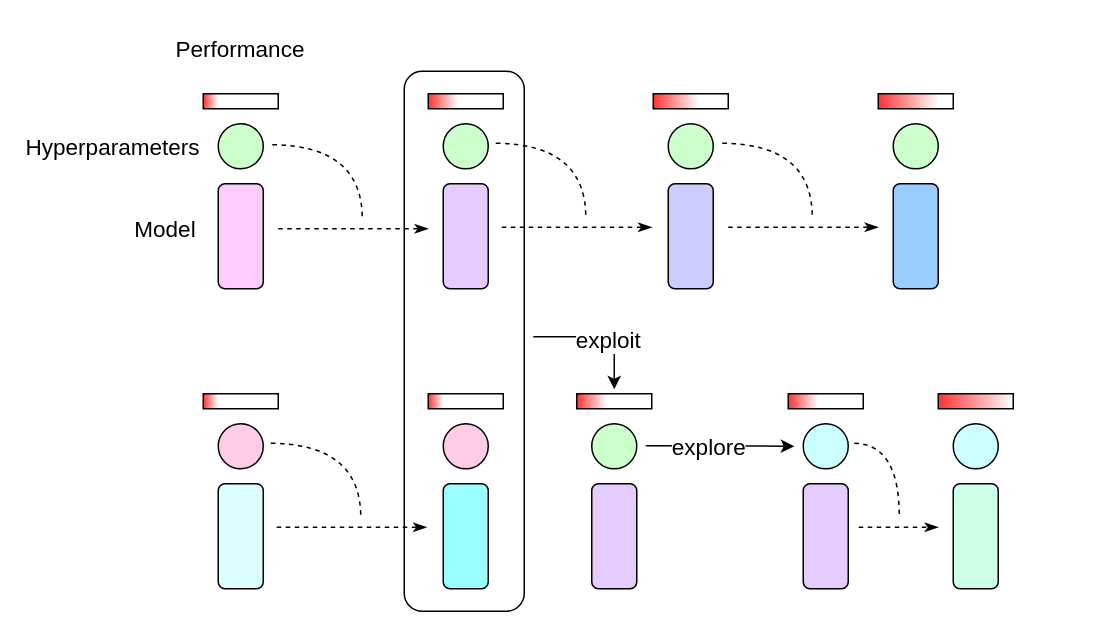
godaai/scale-py-zh keeps this draw.io diagram as drawio/ch-data-science/population-based-training.drawio. Above is the earlier version. Source tidied: cells renumbered, new cells numbered last; positions are measured from the earlier drawing's top-left corner, leaving out a move shared by most shapes. Both pictures are drawn from the tidied source at 150%, with x=0, y=0 at pixel (68, 26).
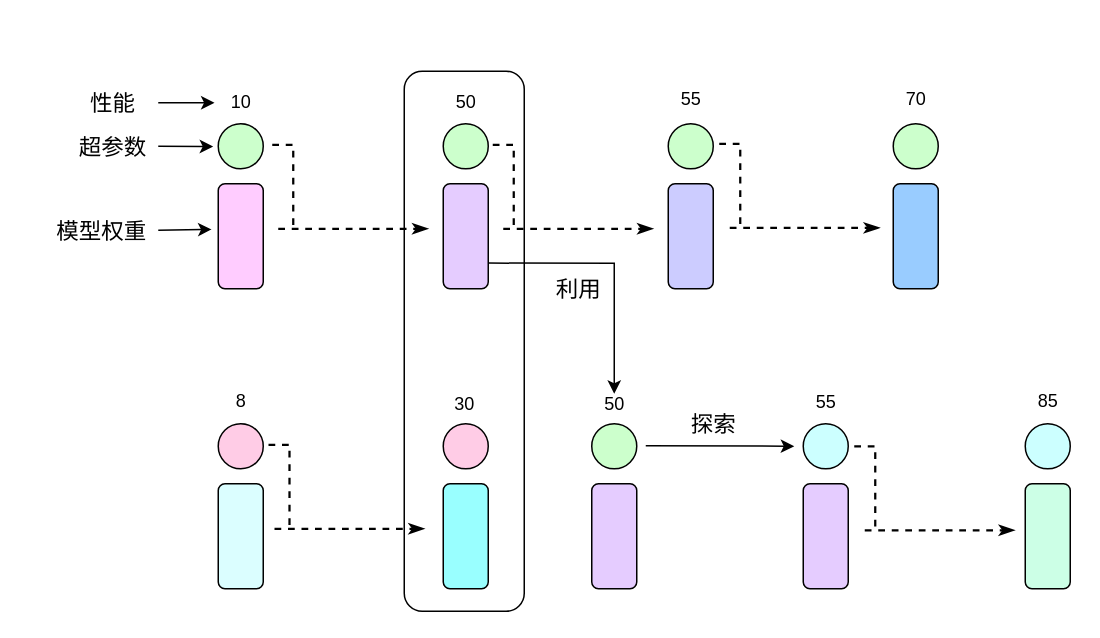
After the change.

The change refers to these unchanged cells:
```xml
<mxCell id="4" style="ellipse;whiteSpace=wrap;html=1;fillColor=#CCFFCC;strokeColor=#000000;" parent="1" vertex="1">
  <mxGeometry x="100" y="65" width="30" height="30" as="geometry" />
</mxCell>
<mxCell id="5" style="rounded=1;whiteSpace=wrap;html=1;fillColor=#FFCCFF;strokeColor=#000000;" parent="1" vertex="1">
  <mxGeometry x="100" y="105" width="30" height="70" as="geometry" />
</mxCell>
<mxCell id="49" style="endArrow=classic;html=1;rounded=0;entryX=1;entryY=0.5;entryDx=0;entryDy=0;exitX=1;exitY=0.5;exitDx=0;exitDy=0;" parent="1" edge="1">
  <mxGeometry relative="1" as="geometry">
    <mxPoint x="385" y="279.6" as="sourcePoint" />
    <mxPoint x="484" y="280" as="targetPoint" />
  </mxGeometry>
</mxCell>
```

Diff of the diagram source:
```diff
@@
-    <mxCell id="2" style="rounded=0;whiteSpace=wrap;html=1;gradientColor=#FF3333;gradientDirection=west;strokeColor=none;" parent="1" vertex="1">
-      <mxGeometry x="580" y="245" width="50" height="10" as="geometry" />
-    </mxCell>
-    <mxCell id="3" style="rounded=0;whiteSpace=wrap;html=1;fillColor=none;" parent="1" vertex="1">
-      <mxGeometry x="580" y="245" width="50" height="10" as="geometry" />
-    </mxCell>
+    <mxCell id="38" style="rounded=1;whiteSpace=wrap;html=1;fillColor=none;" parent="1" vertex="1">
+      <mxGeometry x="224" y="30" width="80" height="360" as="geometry" />
+    </mxCell>
@@
-    <mxCell id="6" style="rounded=0;whiteSpace=wrap;html=1;gradientColor=#FF3333;gradientDirection=west;strokeColor=none;" parent="1" vertex="1">
-      <mxGeometry x="90" y="45" width="10" height="10" as="geometry" />
-    </mxCell>
-    <mxCell id="7" style="rounded=0;whiteSpace=wrap;html=1;fillColor=none;" parent="1" vertex="1">
-      <mxGeometry x="90" y="45" width="50" height="10" as="geometry" />
-    </mxCell>
@@
-    <mxCell id="10" style="rounded=0;whiteSpace=wrap;html=1;gradientColor=#FF3333;gradientDirection=west;strokeColor=none;" parent="1" vertex="1">
-      <mxGeometry x="240" y="45" width="20" height="10" as="geometry" />
-    </mxCell>
-    <mxCell id="11" style="rounded=0;whiteSpace=wrap;html=1;fillColor=none;" parent="1" vertex="1">
-      <mxGeometry x="240" y="45" width="50" height="10" as="geometry" />
-    </mxCell>
@@
-    <mxCell id="14" style="rounded=0;whiteSpace=wrap;html=1;gradientColor=#FF3333;gradientDirection=west;strokeColor=none;" parent="1" vertex="1">
-      <mxGeometry x="390" y="45" width="30" height="10" as="geometry" />
-    </mxCell>
-    <mxCell id="15" style="rounded=0;whiteSpace=wrap;html=1;fillColor=none;" parent="1" vertex="1">
-      <mxGeometry x="390" y="45" width="50" height="10" as="geometry" />
-    </mxCell>
@@
-    <mxCell id="18" style="rounded=0;whiteSpace=wrap;html=1;gradientColor=#FF3333;gradientDirection=west;strokeColor=none;" parent="1" vertex="1">
-      <mxGeometry x="540" y="45" width="40" height="10" as="geometry" />
-    </mxCell>
-    <mxCell id="19" style="rounded=0;whiteSpace=wrap;html=1;fillColor=none;" parent="1" vertex="1">
-      <mxGeometry x="540" y="45" width="50" height="10" as="geometry" />
-    </mxCell>
@@
-    <mxCell id="22" style="rounded=0;whiteSpace=wrap;html=1;gradientColor=#FF3333;gradientDirection=west;strokeColor=none;" parent="1" vertex="1">
-      <mxGeometry x="90" y="245" width="10" height="10" as="geometry" />
-    </mxCell>
-    <mxCell id="23" style="rounded=0;whiteSpace=wrap;html=1;fillColor=none;" parent="1" vertex="1">
-      <mxGeometry x="90" y="245" width="50" height="10" as="geometry" />
-    </mxCell>
@@
-    <mxCell id="26" style="rounded=0;whiteSpace=wrap;html=1;gradientColor=#FF3333;gradientDirection=west;strokeColor=none;" parent="1" vertex="1">
-      <mxGeometry x="240" y="245" width="10" height="10" as="geometry" />
-    </mxCell>
-    <mxCell id="27" style="rounded=0;whiteSpace=wrap;html=1;fillColor=none;" parent="1" vertex="1">
-      <mxGeometry x="240" y="245" width="50" height="10" as="geometry" />
-    </mxCell>
@@
-    <mxCell id="30" style="rounded=0;whiteSpace=wrap;html=1;gradientColor=#FF3333;gradientDirection=west;strokeColor=none;" parent="1" vertex="1">
-      <mxGeometry x="339" y="245" width="20" height="10" as="geometry" />
-    </mxCell>
-    <mxCell id="31" style="rounded=0;whiteSpace=wrap;html=1;fillColor=none;" parent="1" vertex="1">
-      <mxGeometry x="339" y="245" width="50" height="10" as="geometry" />
-    </mxCell>
@@
-    <mxCell id="34" style="rounded=0;whiteSpace=wrap;html=1;gradientColor=#FF3333;gradientDirection=west;strokeColor=none;" parent="1" vertex="1">
-      <mxGeometry x="480" y="245" width="20" height="10" as="geometry" />
-    </mxCell>
-    <mxCell id="35" style="rounded=0;whiteSpace=wrap;html=1;fillColor=none;" parent="1" vertex="1">
-      <mxGeometry x="480" y="245" width="50" height="10" as="geometry" />
-    </mxCell>
     <mxCell id="36" style="ellipse;whiteSpace=wrap;html=1;fillColor=#CCFFFF;strokeColor=#000000;" parent="1" vertex="1">
-      <mxGeometry x="590" y="265" width="30" height="30" as="geometry" />
+      <mxGeometry x="638" y="265" width="30" height="30" as="geometry" />
     </mxCell>
     <mxCell id="37" style="rounded=1;whiteSpace=wrap;html=1;fillColor=#CCFFE6;strokeColor=#000000;" parent="1" vertex="1">
-      <mxGeometry x="590" y="305" width="30" height="70" as="geometry" />
+      <mxGeometry x="638" y="305" width="30" height="70" as="geometry" />
     </mxCell>
-    <mxCell id="38" style="rounded=1;whiteSpace=wrap;html=1;fillColor=none;" parent="1" vertex="1">
-      <mxGeometry x="224" y="30" width="80" height="360" as="geometry" />
-    </mxCell>
-    <mxCell id="39" style="endArrow=classicThin;html=1;rounded=0;endFill=1;dashed=1;strokeWidth=1;" parent="1" edge="1">
+    <mxCell id="39" style="endArrow=classicThin;html=1;rounded=0;endFill=1;dashed=1;strokeWidth=1.5;" parent="1" edge="1">
       <mxGeometry relative="1" as="geometry">
         <mxPoint x="140" y="135" as="sourcePoint" />
         <mxPoint x="240" y="135" as="targetPoint" />
       </mxGeometry>
     </mxCell>
-    <mxCell id="40" style="endArrow=none;dashed=1;html=1;strokeWidth=1;rounded=0;edgeStyle=orthogonalEdgeStyle;curved=1;" parent="1" edge="1">
+    <mxCell id="40" style="endArrow=none;dashed=1;html=1;strokeWidth=1.5;rounded=0;edgeStyle=elbowEdgeStyle;" parent="1" edge="1">
       <mxGeometry relative="1" as="geometry">
         <mxPoint x="136" y="79" as="sourcePoint" />
-        <mxPoint x="196" y="129" as="targetPoint" />
+        <mxPoint x="150" y="135" as="targetPoint" />
+        <Array as="points">
+          <mxPoint x="150" y="105" />
+        </Array>
       </mxGeometry>
     </mxCell>
-    <mxCell id="41" style="endArrow=classicThin;html=1;rounded=0;endFill=1;dashed=1;strokeWidth=1;" parent="1" edge="1">
-      <mxGeometry relative="1" as="geometry">
-        <mxPoint x="289" y="134" as="sourcePoint" />
-        <mxPoint x="389" y="134" as="targetPoint" />
-      </mxGeometry>
-    </mxCell>
-    <mxCell id="42" style="endArrow=none;dashed=1;html=1;strokeWidth=1;rounded=0;edgeStyle=orthogonalEdgeStyle;curved=1;" parent="1" edge="1">
-      <mxGeometry relative="1" as="geometry">
-        <mxPoint x="285" y="78" as="sourcePoint" />
-        <mxPoint x="345" y="128" as="targetPoint" />
-      </mxGeometry>
-    </mxCell>
-    <mxCell id="43" style="endArrow=classicThin;html=1;rounded=0;endFill=1;dashed=1;strokeWidth=1;" parent="1" edge="1">
-      <mxGeometry relative="1" as="geometry">
-        <mxPoint x="440" y="134" as="sourcePoint" />
-        <mxPoint x="540" y="134" as="targetPoint" />
-      </mxGeometry>
-    </mxCell>
-    <mxCell id="44" style="endArrow=none;dashed=1;html=1;strokeWidth=1;rounded=0;edgeStyle=orthogonalEdgeStyle;curved=1;" parent="1" edge="1">
-      <mxGeometry relative="1" as="geometry">
-        <mxPoint x="436" y="78" as="sourcePoint" />
-        <mxPoint x="496" y="128" as="targetPoint" />
-      </mxGeometry>
-    </mxCell>
-    <mxCell id="45" style="endArrow=classicThin;html=1;rounded=0;endFill=1;dashed=1;strokeWidth=1;" parent="1" edge="1">
-      <mxGeometry relative="1" as="geometry">
-        <mxPoint x="139" y="334" as="sourcePoint" />
-        <mxPoint x="239" y="334" as="targetPoint" />
-      </mxGeometry>
-    </mxCell>
-    <mxCell id="46" style="endArrow=none;dashed=1;html=1;strokeWidth=1;rounded=0;edgeStyle=orthogonalEdgeStyle;curved=1;" parent="1" edge="1">
-      <mxGeometry relative="1" as="geometry">
-        <mxPoint x="135" y="278" as="sourcePoint" />
-        <mxPoint x="195" y="328" as="targetPoint" />
-      </mxGeometry>
-    </mxCell>
-    <mxCell id="47" style="endArrow=classicThin;html=1;rounded=0;endFill=1;dashed=1;strokeWidth=1;" parent="1" edge="1">
-      <mxGeometry relative="1" as="geometry">
-        <mxPoint x="527" y="334" as="sourcePoint" />
-        <mxPoint x="580" y="334" as="targetPoint" />
-      </mxGeometry>
-    </mxCell>
-    <mxCell id="48" style="endArrow=none;dashed=1;html=1;strokeWidth=1;rounded=0;edgeStyle=orthogonalEdgeStyle;curved=1;" parent="1" edge="1">
-      <mxGeometry relative="1" as="geometry">
-        <mxPoint x="524" y="278" as="sourcePoint" />
-        <mxPoint x="554" y="328" as="targetPoint" />
-      </mxGeometry>
-    </mxCell>
@@
-    <mxCell id="50" value="&lt;font style=&quot;font-size: 15px;&quot;&gt;explore&lt;/font&gt;" style="edgeLabel;html=1;align=center;verticalAlign=middle;" parent="49" vertex="1">
-      <mxGeometry x="-0.16" relative="1" as="geometry" />
+    <mxCell id="50" value="&lt;span style=&quot;font-size: 15px;&quot;&gt;探索&lt;/span&gt;" style="edgeLabel;html=1;align=center;verticalAlign=middle;" parent="49" vertex="1">
+      <mxGeometry x="-0.16" relative="1" as="geometry">
+        <mxPoint x="3" y="-15" as="offset" />
+      </mxGeometry>
     </mxCell>
-    <mxCell id="51" style="endArrow=classic;html=1;rounded=0;entryX=0.5;entryY=0;entryDx=0;entryDy=0;" parent="1" edge="1">
+    <mxCell id="51" style="endArrow=classic;html=1;rounded=0;entryX=0.5;entryY=0;entryDx=0;entryDy=0;exitX=0.7;exitY=0.347;exitDx=0;exitDy=0;exitPerimeter=0;" parent="1" edge="1">
       <mxGeometry relative="1" as="geometry">
-        <mxPoint x="310" y="207" as="sourcePoint" />
-        <mxPoint x="364" y="242" as="targetPoint" />
+        <mxPoint x="280" y="157.9" as="sourcePoint" />
+        <mxPoint x="364" y="245" as="targetPoint" />
         <Array as="points">
-          <mxPoint x="364" y="207" />
+          <mxPoint x="364" y="158" />
         </Array>
       </mxGeometry>
     </mxCell>
-    <mxCell id="52" value="&lt;font style=&quot;font-size: 15px;&quot;&gt;exploit&lt;/font&gt;" style="edgeLabel;html=1;align=center;verticalAlign=middle;" parent="51" vertex="1">
-      <mxGeometry x="0.11" y="-1" relative="1" as="geometry" />
+    <mxCell id="52" value="&lt;span style=&quot;font-size: 15px;&quot;&gt;利用&lt;/span&gt;" style="edgeLabel;html=1;align=center;verticalAlign=middle;" parent="51" vertex="1">
+      <mxGeometry x="0.11" y="-1" relative="1" as="geometry">
+        <mxPoint x="-24" y="6" as="offset" />
+      </mxGeometry>
     </mxCell>
-    <mxCell id="53" value="&lt;font style=&quot;font-size: 15px;&quot;&gt;Performance&lt;/font&gt;" style="text;html=1;align=center;verticalAlign=middle;whiteSpace=wrap;rounded=0;" parent="1" vertex="1">
-      <mxGeometry x="85" width="60" height="30" as="geometry" />
+    <mxCell id="53" value="&lt;span style=&quot;font-size: 15px;&quot;&gt;性能&lt;/span&gt;" style="text;html=1;align=center;verticalAlign=middle;whiteSpace=wrap;rounded=0;" parent="1" vertex="1">
+      <mxGeometry y="36" width="60" height="30" as="geometry" />
     </mxCell>
-    <mxCell id="54" value="&lt;font style=&quot;font-size: 15px;&quot;&gt;Hyperparameters&lt;/font&gt;" style="text;html=1;align=center;verticalAlign=middle;whiteSpace=wrap;rounded=0;" parent="1" vertex="1">
+    <mxCell id="54" value="&lt;span style=&quot;font-size: 15px;&quot;&gt;超参数&lt;/span&gt;" style="text;html=1;align=center;verticalAlign=middle;whiteSpace=wrap;rounded=0;" parent="1" vertex="1">
       <mxGeometry y="65" width="60" height="30" as="geometry" />
     </mxCell>
-    <mxCell id="55" value="&lt;font style=&quot;font-size: 15px;&quot;&gt;Model&lt;/font&gt;" style="text;html=1;align=center;verticalAlign=middle;whiteSpace=wrap;rounded=0;" parent="1" vertex="1">
-      <mxGeometry x="35" y="120" width="60" height="30" as="geometry" />
+    <mxCell id="55" value="&lt;span style=&quot;font-size: 15px;&quot;&gt;模型权重&lt;/span&gt;" style="text;html=1;align=center;verticalAlign=middle;whiteSpace=wrap;rounded=0;" parent="1" vertex="1">
+      <mxGeometry x="-15" y="121" width="75" height="30" as="geometry" />
     </mxCell>
+    <mxCell id="56" style="endArrow=classic;html=1;rounded=0;exitX=1;exitY=0.5;exitDx=0;exitDy=0;entryX=-0.113;entryY=0.506;entryDx=0;entryDy=0;entryPerimeter=0;" parent="1" edge="1" source="54" target="4">
+      <mxGeometry relative="1" as="geometry" />
+    </mxCell>
+    <mxCell id="57" style="endArrow=classic;html=1;rounded=0;exitX=1;exitY=0.5;exitDx=0;exitDy=0;entryX=-0.149;entryY=0.435;entryDx=0;entryDy=0;entryPerimeter=0;" parent="1" edge="1" source="55" target="5">
+      <mxGeometry relative="1" as="geometry" />
+    </mxCell>
+    <mxCell id="58" value="10" style="text;html=1;strokeColor=none;fillColor=none;align=center;verticalAlign=middle;whiteSpace=wrap;rounded=0;" parent="1" vertex="1">
+      <mxGeometry x="97.5" y="36" width="35" height="30" as="geometry" />
+    </mxCell>
+    <mxCell id="59" style="endArrow=classic;html=1;rounded=0;exitX=1;exitY=0.5;exitDx=0;exitDy=0;" parent="1" edge="1" source="53" target="58">
+      <mxGeometry relative="1" as="geometry" />
+    </mxCell>
+    <mxCell id="60" style="endArrow=none;dashed=1;html=1;strokeWidth=1.5;rounded=0;edgeStyle=elbowEdgeStyle;" parent="1" edge="1">
+      <mxGeometry relative="1" as="geometry">
+        <mxPoint x="283" y="79" as="sourcePoint" />
+        <mxPoint x="297" y="135" as="targetPoint" />
+        <Array as="points">
+          <mxPoint x="297" y="105" />
+        </Array>
+      </mxGeometry>
+    </mxCell>
+    <mxCell id="61" style="endArrow=classicThin;html=1;rounded=0;endFill=1;dashed=1;strokeWidth=1.5;" parent="1" edge="1">
+      <mxGeometry relative="1" as="geometry">
+        <mxPoint x="290" y="135" as="sourcePoint" />
+        <mxPoint x="390" y="135" as="targetPoint" />
+      </mxGeometry>
+    </mxCell>
+    <mxCell id="62" value="50" style="text;html=1;strokeColor=none;fillColor=none;align=center;verticalAlign=middle;whiteSpace=wrap;rounded=0;" parent="1" vertex="1">
+      <mxGeometry x="247.5" y="36" width="35" height="30" as="geometry" />
+    </mxCell>
+    <mxCell id="63" value="55" style="text;html=1;strokeColor=none;fillColor=none;align=center;verticalAlign=middle;whiteSpace=wrap;rounded=0;" parent="1" vertex="1">
+      <mxGeometry x="397.5" y="34" width="35" height="30" as="geometry" />
+    </mxCell>
+    <mxCell id="64" style="endArrow=none;dashed=1;html=1;strokeWidth=1.5;rounded=0;edgeStyle=elbowEdgeStyle;" parent="1" edge="1">
+      <mxGeometry relative="1" as="geometry">
+        <mxPoint x="434" y="78.4" as="sourcePoint" />
+        <mxPoint x="448" y="134.4" as="targetPoint" />
+        <Array as="points">
+          <mxPoint x="448" y="104.4" />
+        </Array>
+      </mxGeometry>
+    </mxCell>
+    <mxCell id="65" style="endArrow=classicThin;html=1;rounded=0;endFill=1;dashed=1;strokeWidth=1.5;" parent="1" edge="1">
+      <mxGeometry relative="1" as="geometry">
+        <mxPoint x="441" y="134.4" as="sourcePoint" />
+        <mxPoint x="541" y="134.4" as="targetPoint" />
+      </mxGeometry>
+    </mxCell>
+    <mxCell id="66" value="70" style="text;html=1;strokeColor=none;fillColor=none;align=center;verticalAlign=middle;whiteSpace=wrap;rounded=0;" parent="1" vertex="1">
+      <mxGeometry x="547.5" y="34" width="35" height="30" as="geometry" />
+    </mxCell>
+    <mxCell id="67" value="8" style="text;html=1;strokeColor=none;fillColor=none;align=center;verticalAlign=middle;whiteSpace=wrap;rounded=0;" parent="1" vertex="1">
+      <mxGeometry x="97.5" y="235" width="35" height="30" as="geometry" />
+    </mxCell>
+    <mxCell id="68" value="30" style="text;html=1;strokeColor=none;fillColor=none;align=center;verticalAlign=middle;whiteSpace=wrap;rounded=0;" parent="1" vertex="1">
+      <mxGeometry x="246.5" y="237" width="35" height="30" as="geometry" />
+    </mxCell>
+    <mxCell id="69" value="85" style="text;html=1;strokeColor=none;fillColor=none;align=center;verticalAlign=middle;whiteSpace=wrap;rounded=0;" parent="1" vertex="1">
+      <mxGeometry x="635.5" y="235" width="35" height="30" as="geometry" />
+    </mxCell>
+    <mxCell id="70" style="endArrow=none;dashed=1;html=1;strokeWidth=1.5;rounded=0;edgeStyle=elbowEdgeStyle;" parent="1" edge="1">
+      <mxGeometry relative="1" as="geometry">
+        <mxPoint x="524" y="280" as="sourcePoint" />
+        <mxPoint x="538" y="336" as="targetPoint" />
+        <Array as="points">
+          <mxPoint x="538" y="306" />
+        </Array>
+      </mxGeometry>
+    </mxCell>
+    <mxCell id="71" style="endArrow=classicThin;html=1;rounded=0;endFill=1;dashed=1;strokeWidth=1.5;" parent="1" edge="1">
+      <mxGeometry relative="1" as="geometry">
+        <mxPoint x="531" y="336" as="sourcePoint" />
+        <mxPoint x="631" y="336" as="targetPoint" />
+      </mxGeometry>
+    </mxCell>
+    <mxCell id="72" value="50" style="text;html=1;strokeColor=none;fillColor=none;align=center;verticalAlign=middle;whiteSpace=wrap;rounded=0;" parent="1" vertex="1">
+      <mxGeometry x="347" y="237" width="35" height="30" as="geometry" />
+    </mxCell>
+    <mxCell id="73" value="55" style="text;html=1;strokeColor=none;fillColor=none;align=center;verticalAlign=middle;whiteSpace=wrap;rounded=0;" parent="1" vertex="1">
+      <mxGeometry x="487.5" y="236" width="35" height="30" as="geometry" />
+    </mxCell>
+    <mxCell id="74" style="endArrow=classicThin;html=1;rounded=0;endFill=1;dashed=1;strokeWidth=1.5;" parent="1" edge="1">
+      <mxGeometry relative="1" as="geometry">
+        <mxPoint x="137.5" y="335" as="sourcePoint" />
+        <mxPoint x="237.5" y="335" as="targetPoint" />
+      </mxGeometry>
+    </mxCell>
+    <mxCell id="75" style="endArrow=none;dashed=1;html=1;strokeWidth=1.5;rounded=0;edgeStyle=elbowEdgeStyle;" parent="1" edge="1">
+      <mxGeometry relative="1" as="geometry">
+        <mxPoint x="133.5" y="279" as="sourcePoint" />
+        <mxPoint x="147.5" y="335" as="targetPoint" />
+        <Array as="points">
+          <mxPoint x="147.5" y="305" />
+        </Array>
+      </mxGeometry>
+    </mxCell>
```
